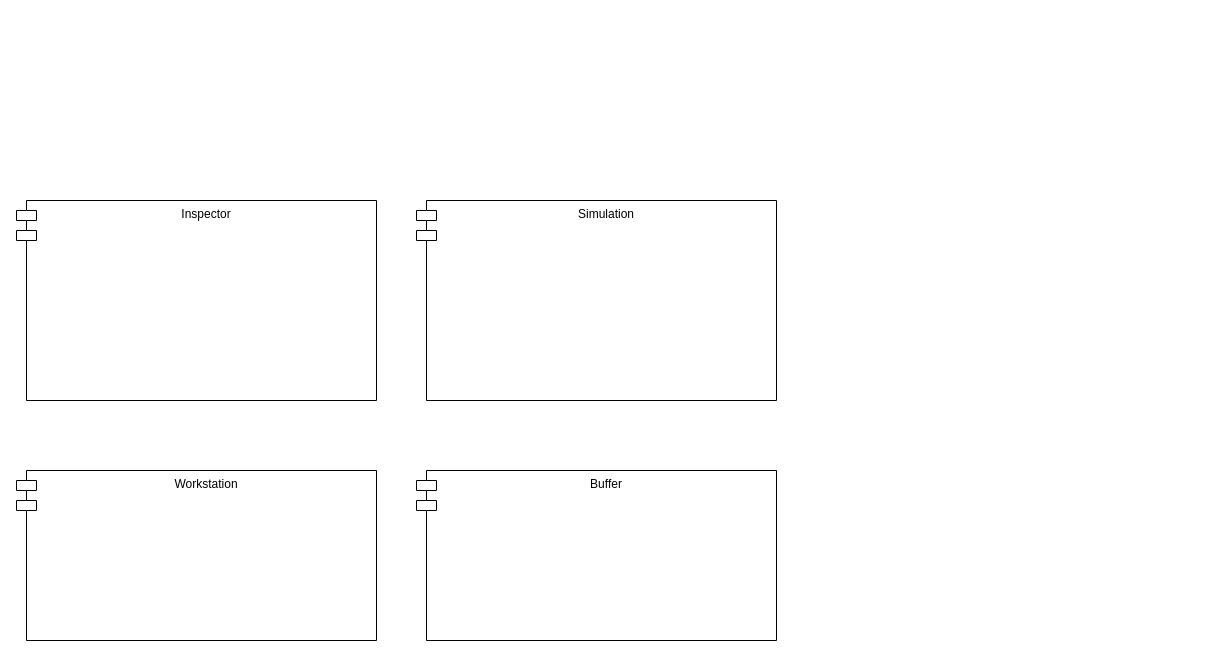
This is UML_Diagram.drawio from Favourolotu/Industrial-Simulation-Project, a draw.io file, before an edit. Source tidied: cells renumbered, new cells numbered last; positions are measured from the earlier drawing's top-left corner, leaving out a move shared by most shapes. Both pictures are drawn from the tidied source at 100%, with x=0, y=0 at pixel (16, 200).
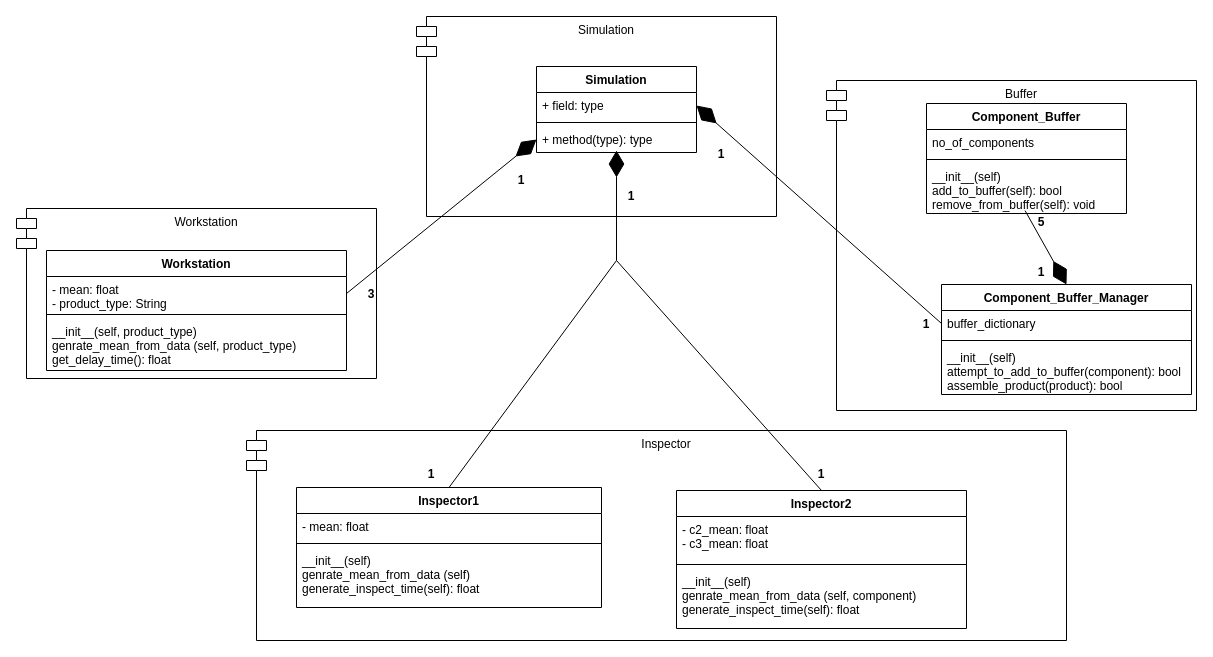
After the change.

Commit message (it also covers changes not shown here):
Still debuging the output of the simulation

Diff of the diagram source:
```diff
@@
     <mxCell id="2" value="Inspector" style="shape=module;align=left;spacingLeft=20;align=center;verticalAlign=top;" parent="1" vertex="1">
-      <mxGeometry width="360" height="200" as="geometry" />
+      <mxGeometry x="230" y="230" width="820" height="210" as="geometry" />
     </mxCell>
     <mxCell id="3" value="Simulation" style="shape=module;align=left;spacingLeft=20;align=center;verticalAlign=top;" parent="1" vertex="1">
-      <mxGeometry x="400" width="360" height="200" as="geometry" />
+      <mxGeometry x="400" y="-184" width="360" height="200" as="geometry" />
     </mxCell>
     <mxCell id="4" value="Workstation" style="shape=module;align=left;spacingLeft=20;align=center;verticalAlign=top;" parent="1" vertex="1">
-      <mxGeometry y="270" width="360" height="170" as="geometry" />
+      <mxGeometry y="8" width="360" height="170" as="geometry" />
     </mxCell>
     <mxCell id="5" value="Buffer" style="shape=module;align=left;spacingLeft=20;align=center;verticalAlign=top;" parent="1" vertex="1">
-      <mxGeometry x="400" y="270" width="360" height="170" as="geometry" />
+      <mxGeometry x="810" y="-120" width="370" height="330" as="geometry" />
     </mxCell>
+    <mxCell id="6" value="Inspector1" style="swimlane;fontStyle=1;align=center;verticalAlign=top;horizontal=1;startSize=26;" parent="1" vertex="1">
+      <mxGeometry x="280" y="287" width="305" height="120" as="geometry" />
+    </mxCell>
+    <mxCell id="7" value="- mean: float" style="text;strokeColor=none;fillColor=none;align=left;verticalAlign=top;spacingLeft=4;spacingRight=4;overflow=hidden;" parent="6" vertex="1">
+      <mxGeometry y="26" width="305" height="26" as="geometry" />
+    </mxCell>
+    <mxCell id="8" style="line;strokeWidth=1;fillColor=none;align=left;verticalAlign=middle;spacingTop=-1;spacingLeft=3;spacingRight=3;labelPosition=right;strokeColor=inherit;" parent="6" vertex="1">
+      <mxGeometry y="52" width="305" height="8" as="geometry" />
+    </mxCell>
+    <mxCell id="9" value="__init__(self)&#10;genrate_mean_from_data (self)&#10;generate_inspect_time(self): float" style="text;strokeColor=none;fillColor=none;align=left;verticalAlign=top;spacingLeft=4;spacingRight=4;overflow=hidden;" parent="6" vertex="1">
+      <mxGeometry y="60" width="305" height="60" as="geometry" />
+    </mxCell>
+    <mxCell id="10" value="Inspector2" style="swimlane;fontStyle=1;align=center;verticalAlign=top;horizontal=1;startSize=26;" parent="1" vertex="1">
+      <mxGeometry x="660" y="290" width="290" height="138" as="geometry" />
+    </mxCell>
+    <mxCell id="11" value="- c2_mean: float&#10;- c3_mean: float" style="text;strokeColor=none;fillColor=none;align=left;verticalAlign=top;spacingLeft=4;spacingRight=4;overflow=hidden;" parent="10" vertex="1">
+      <mxGeometry y="26" width="290" height="44" as="geometry" />
+    </mxCell>
+    <mxCell id="12" style="line;strokeWidth=1;fillColor=none;align=left;verticalAlign=middle;spacingTop=-1;spacingLeft=3;spacingRight=3;labelPosition=right;strokeColor=inherit;" parent="10" vertex="1">
+      <mxGeometry y="70" width="290" height="8" as="geometry" />
+    </mxCell>
+    <mxCell id="13" value="__init__(self)&#10;genrate_mean_from_data (self, component)&#10;generate_inspect_time(self): float" style="text;strokeColor=none;fillColor=none;align=left;verticalAlign=top;spacingLeft=4;spacingRight=4;overflow=hidden;" parent="10" vertex="1">
+      <mxGeometry y="78" width="290" height="60" as="geometry" />
+    </mxCell>
+    <mxCell id="14" value="Workstation" style="swimlane;fontStyle=1;align=center;verticalAlign=top;horizontal=1;startSize=26;" parent="1" vertex="1">
+      <mxGeometry x="30" y="50" width="300" height="120" as="geometry" />
+    </mxCell>
+    <mxCell id="15" value="- mean: float&#10;- product_type: String" style="text;strokeColor=none;fillColor=none;align=left;verticalAlign=top;spacingLeft=4;spacingRight=4;overflow=hidden;points=[[0,0.5],[1,0.5]];portConstraint=eastwest;" parent="14" vertex="1">
+      <mxGeometry y="26" width="300" height="34" as="geometry" />
+    </mxCell>
+    <mxCell id="16" style="line;strokeWidth=1;fillColor=none;align=left;verticalAlign=middle;spacingTop=-1;spacingLeft=3;spacingRight=3;labelPosition=right;strokeColor=inherit;" parent="14" vertex="1">
+      <mxGeometry y="60" width="300" height="8" as="geometry" />
+    </mxCell>
+    <mxCell id="17" value="__init__(self, product_type)&#10;genrate_mean_from_data (self, product_type)&#10;get_delay_time(): float" style="text;strokeColor=none;fillColor=none;align=left;verticalAlign=top;spacingLeft=4;spacingRight=4;overflow=hidden;" parent="14" vertex="1">
+      <mxGeometry y="68" width="300" height="52" as="geometry" />
+    </mxCell>
+    <mxCell id="18" value="Component_Buffer_Manager" style="swimlane;fontStyle=1;align=center;verticalAlign=top;horizontal=1;startSize=26;" parent="1" vertex="1">
+      <mxGeometry x="925" y="84" width="250" height="110" as="geometry" />
+    </mxCell>
+    <mxCell id="19" value="buffer_dictionary" style="text;strokeColor=none;fillColor=none;align=left;verticalAlign=top;spacingLeft=4;spacingRight=4;overflow=hidden;points=[[0,0.5],[1,0.5]];portConstraint=eastwest;" parent="18" vertex="1">
+      <mxGeometry y="26" width="250" height="26" as="geometry" />
+    </mxCell>
+    <mxCell id="20" style="line;strokeWidth=1;fillColor=none;align=left;verticalAlign=middle;spacingTop=-1;spacingLeft=3;spacingRight=3;labelPosition=right;strokeColor=inherit;" parent="18" vertex="1">
+      <mxGeometry y="52" width="250" height="8" as="geometry" />
+    </mxCell>
+    <mxCell id="21" value="__init__(self)&#10;attempt_to_add_to_buffer(component): bool&#10;assemble_product(product): bool" style="text;strokeColor=none;fillColor=none;align=left;verticalAlign=top;spacingLeft=4;spacingRight=4;overflow=hidden;" parent="18" vertex="1">
+      <mxGeometry y="60" width="250" height="50" as="geometry" />
+    </mxCell>
+    <mxCell id="22" value="Component_Buffer" style="swimlane;fontStyle=1;align=center;verticalAlign=top;horizontal=1;startSize=26;" parent="1" vertex="1">
+      <mxGeometry x="910" y="-97" width="200" height="110" as="geometry" />
+    </mxCell>
+    <mxCell id="23" value="no_of_components" style="text;strokeColor=none;fillColor=none;align=left;verticalAlign=top;spacingLeft=4;spacingRight=4;overflow=hidden;" parent="22" vertex="1">
+      <mxGeometry y="26" width="200" height="26" as="geometry" />
+    </mxCell>
+    <mxCell id="24" style="line;strokeWidth=1;fillColor=none;align=left;verticalAlign=middle;spacingTop=-1;spacingLeft=3;spacingRight=3;labelPosition=right;strokeColor=inherit;" parent="22" vertex="1">
+      <mxGeometry y="52" width="200" height="8" as="geometry" />
+    </mxCell>
+    <mxCell id="25" value="__init__(self)&#10;add_to_buffer(self): bool&#10;remove_from_buffer(self): void" style="text;strokeColor=none;fillColor=none;align=left;verticalAlign=top;spacingLeft=4;spacingRight=4;overflow=hidden;points=[[0,0.5],[1,0.5]];portConstraint=eastwest;" parent="22" vertex="1">
+      <mxGeometry y="60" width="200" height="50" as="geometry" />
+    </mxCell>
+    <mxCell id="26" value="Simulation" style="swimlane;fontStyle=1;align=center;verticalAlign=top;horizontal=1;startSize=26;" parent="1" vertex="1">
+      <mxGeometry x="520" y="-134" width="160" height="86" as="geometry" />
+    </mxCell>
+    <mxCell id="27" value="+ field: type" style="text;strokeColor=none;fillColor=none;align=left;verticalAlign=top;spacingLeft=4;spacingRight=4;overflow=hidden;points=[[0,0.5],[1,0.5]];portConstraint=eastwest;" parent="26" vertex="1">
+      <mxGeometry y="26" width="160" height="26" as="geometry" />
+    </mxCell>
+    <mxCell id="28" style="line;strokeWidth=1;fillColor=none;align=left;verticalAlign=middle;spacingTop=-1;spacingLeft=3;spacingRight=3;labelPosition=right;strokeColor=inherit;" parent="26" vertex="1">
+      <mxGeometry y="52" width="160" height="8" as="geometry" />
+    </mxCell>
+    <mxCell id="29" value="+ method(type): type" style="text;strokeColor=none;fillColor=none;align=left;verticalAlign=top;spacingLeft=4;spacingRight=4;overflow=hidden;points=[[0,0.5],[1,0.5]];portConstraint=eastwest;" parent="26" vertex="1">
+      <mxGeometry y="60" width="160" height="26" as="geometry" />
+    </mxCell>
+    <mxCell id="30" style="endArrow=diamondThin;endFill=1;endSize=24;html=1;rounded=0;exitX=0.5;exitY=0;exitDx=0;exitDy=0;" parent="1" edge="1" source="6">
+      <mxGeometry relative="1" as="geometry">
+        <mxPoint x="600" y="-50" as="targetPoint" />
+        <Array as="points">
+          <mxPoint x="600" y="60" />
+        </Array>
+      </mxGeometry>
+    </mxCell>
+    <mxCell id="31" style="endArrow=none;html=1;rounded=0;exitX=0.5;exitY=0;exitDx=0;exitDy=0;" parent="1" edge="1" source="10">
+      <mxGeometry relative="1" as="geometry">
+        <mxPoint x="600" y="60" as="targetPoint" />
+      </mxGeometry>
+    </mxCell>
+    <mxCell id="32" style="endArrow=diamondThin;endFill=1;endSize=24;html=1;rounded=0;entryX=1;entryY=0.5;entryDx=0;entryDy=0;exitX=0;exitY=0.5;exitDx=0;exitDy=0;" parent="1" edge="1" source="19" target="27">
+      <mxGeometry relative="1" as="geometry" />
+    </mxCell>
+    <mxCell id="33" style="endArrow=diamondThin;endFill=1;endSize=24;html=1;rounded=0;entryX=0;entryY=0.5;entryDx=0;entryDy=0;exitX=1;exitY=0.5;exitDx=0;exitDy=0;" parent="1" edge="1" source="15" target="29">
+      <mxGeometry relative="1" as="geometry" />
+    </mxCell>
+    <mxCell id="34" value="3" style="text;align=center;fontStyle=1;verticalAlign=middle;spacingLeft=3;spacingRight=3;strokeColor=none;" parent="1" vertex="1">
+      <mxGeometry x="340" y="80" width="30" height="26" as="geometry" />
+    </mxCell>
+    <mxCell id="35" value="1" style="text;align=center;fontStyle=1;verticalAlign=middle;spacingLeft=3;spacingRight=3;strokeColor=none;" parent="1" vertex="1">
+      <mxGeometry x="490" y="-34" width="30" height="26" as="geometry" />
+    </mxCell>
+    <mxCell id="36" value="1" style="text;align=center;fontStyle=1;verticalAlign=middle;spacingLeft=3;spacingRight=3;strokeColor=none;" parent="1" vertex="1">
+      <mxGeometry x="600" y="-18" width="30" height="26" as="geometry" />
+    </mxCell>
+    <mxCell id="37" value="1" style="text;align=center;fontStyle=1;verticalAlign=middle;spacingLeft=3;spacingRight=3;strokeColor=none;" parent="1" vertex="1">
+      <mxGeometry x="690" y="-60" width="30" height="26" as="geometry" />
+    </mxCell>
+    <mxCell id="38" value="1" style="text;align=center;fontStyle=1;verticalAlign=middle;spacingLeft=3;spacingRight=3;strokeColor=none;" parent="1" vertex="1">
+      <mxGeometry x="895" y="110" width="30" height="26" as="geometry" />
+    </mxCell>
+    <mxCell id="39" value="1" style="text;align=center;fontStyle=1;verticalAlign=middle;spacingLeft=3;spacingRight=3;strokeColor=none;" parent="1" vertex="1">
+      <mxGeometry x="400" y="260" width="30" height="26" as="geometry" />
+    </mxCell>
+    <mxCell id="40" value="1" style="text;align=center;fontStyle=1;verticalAlign=middle;spacingLeft=3;spacingRight=3;strokeColor=none;" parent="1" vertex="1">
+      <mxGeometry x="790" y="260" width="30" height="26" as="geometry" />
+    </mxCell>
+    <mxCell id="41" style="endArrow=diamondThin;endFill=1;endSize=24;html=1;rounded=0;entryX=0.5;entryY=0;entryDx=0;entryDy=0;exitX=0.493;exitY=0.943;exitDx=0;exitDy=0;exitPerimeter=0;" parent="1" edge="1" source="25" target="18">
+      <mxGeometry relative="1" as="geometry" />
+    </mxCell>
+    <mxCell id="42" value="1" style="text;align=center;fontStyle=1;verticalAlign=middle;spacingLeft=3;spacingRight=3;strokeColor=none;" parent="1" vertex="1">
+      <mxGeometry x="1010" y="58" width="30" height="26" as="geometry" />
+    </mxCell>
+    <mxCell id="43" value="5" style="text;align=center;fontStyle=1;verticalAlign=middle;spacingLeft=3;spacingRight=3;strokeColor=none;" parent="1" vertex="1">
+      <mxGeometry x="1010" y="8" width="30" height="26" as="geometry" />
+    </mxCell>
```
